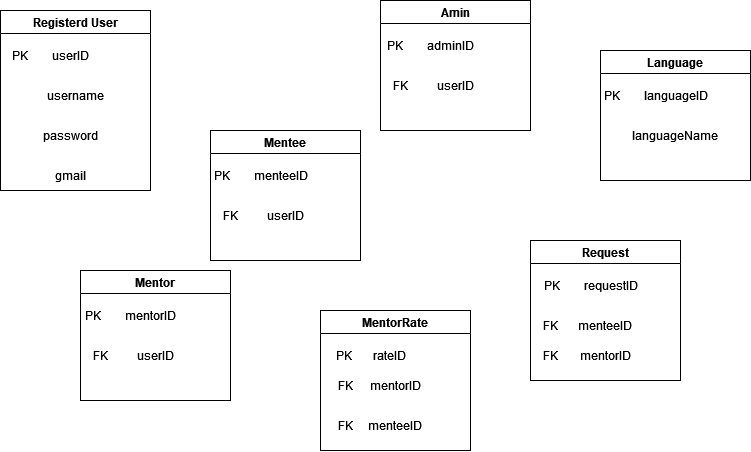
Earlier version of the draw.io export HappyProgramming_DB.drawio.png (dungdt23/SWP391_Document). Source tidied: cells renumbered, new cells last; positions are measured from the earlier drawing's top-left corner, leaving out a move shared by most shapes.
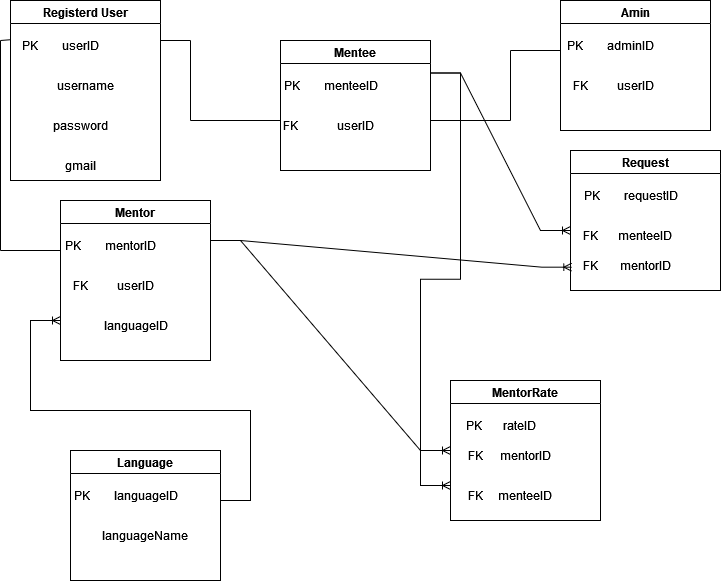
The same file after the commit.

The edit, as a diff of the source:
```diff
@@ -3,7 +3,7 @@
     <mxCell id="0" />
     <mxCell id="1" parent="0" />
     <mxCell id="2" value="Registerd User" style="swimlane;" parent="1" vertex="1">
-      <mxGeometry y="10" width="150" height="180" as="geometry" />
+      <mxGeometry x="20" y="20" width="150" height="180" as="geometry" />
     </mxCell>
     <mxCell id="3" value="PK&amp;nbsp;&amp;nbsp;&amp;nbsp;&amp;nbsp;&amp;nbsp;&amp;nbsp;&amp;nbsp; userID" style="text;html=1;align=center;verticalAlign=middle;points=[];strokeColor=none;fillColor=none;" parent="2" vertex="1">
       <mxGeometry y="30" width="100" height="30" as="geometry" />
@@ -18,7 +18,7 @@
       <mxGeometry x="40" y="150" width="60" height="30" as="geometry" />
     </mxCell>
     <mxCell id="7" value="Amin" style="swimlane;" parent="1" vertex="1">
-      <mxGeometry x="380" width="150" height="130" as="geometry" />
+      <mxGeometry x="570" y="20" width="150" height="130" as="geometry" />
     </mxCell>
     <mxCell id="8" value="PK&amp;nbsp;&amp;nbsp;&amp;nbsp;&amp;nbsp;&amp;nbsp;&amp;nbsp;&amp;nbsp; adminID" style="text;html=1;align=center;verticalAlign=middle;strokeColor=none;fillColor=none;" parent="7" vertex="1">
       <mxGeometry x="-5" y="30" width="110" height="30" as="geometry" />
@@ -30,7 +30,7 @@
       <mxGeometry y="70" width="40" height="30" as="geometry" />
     </mxCell>
     <mxCell id="11" value="Mentee" style="swimlane;" parent="1" vertex="1">
-      <mxGeometry x="210" y="130" width="150" height="130" as="geometry" />
+      <mxGeometry x="290" y="60" width="150" height="130" as="geometry" />
     </mxCell>
     <mxCell id="12" value="PK&amp;nbsp;&amp;nbsp;&amp;nbsp;&amp;nbsp;&amp;nbsp;&amp;nbsp;&amp;nbsp; menteeID" style="text;html=1;align=center;verticalAlign=middle;strokeColor=none;fillColor=none;" parent="11" vertex="1">
       <mxGeometry x="-10" y="30" width="120" height="30" as="geometry" />
@@ -39,10 +39,10 @@
       <mxGeometry x="45" y="70" width="60" height="30" as="geometry" />
     </mxCell>
     <mxCell id="14" value="FK" style="text;html=1;align=center;verticalAlign=middle;strokeColor=none;fillColor=none;" parent="11" vertex="1">
-      <mxGeometry y="70" width="40" height="30" as="geometry" />
+      <mxGeometry x="-10" y="70" width="40" height="30" as="geometry" />
     </mxCell>
     <mxCell id="15" value="Mentor" style="swimlane;" parent="1" vertex="1">
-      <mxGeometry x="80" y="270" width="150" height="130" as="geometry" />
+      <mxGeometry x="70" y="220" width="150" height="160" as="geometry" />
     </mxCell>
     <mxCell id="16" value="PK&amp;nbsp;&amp;nbsp;&amp;nbsp;&amp;nbsp;&amp;nbsp;&amp;nbsp;&amp;nbsp; mentorID" style="text;html=1;align=center;verticalAlign=middle;strokeColor=none;fillColor=none;" parent="15" vertex="1">
       <mxGeometry x="-5" y="30" width="110" height="30" as="geometry" />
@@ -53,8 +53,11 @@
     <mxCell id="18" value="FK" style="text;html=1;align=center;verticalAlign=middle;strokeColor=none;fillColor=none;" parent="15" vertex="1">
       <mxGeometry y="70" width="40" height="30" as="geometry" />
     </mxCell>
+    <mxCell id="34" value="languageID" style="text;html=1;align=center;verticalAlign=middle;strokeColor=none;fillColor=none;" parent="15" vertex="1">
+      <mxGeometry x="30" y="110" width="90" height="30" as="geometry" />
+    </mxCell>
     <mxCell id="19" value="Language" style="swimlane;startSize=23;" parent="1" vertex="1">
-      <mxGeometry x="600" y="50" width="150" height="130" as="geometry" />
+      <mxGeometry x="80" y="470" width="150" height="130" as="geometry" />
     </mxCell>
     <mxCell id="20" value="PK&amp;nbsp;&amp;nbsp;&amp;nbsp;&amp;nbsp;&amp;nbsp;&amp;nbsp;&amp;nbsp; languageID" style="text;html=1;align=center;verticalAlign=middle;strokeColor=none;fillColor=none;" parent="19" vertex="1">
       <mxGeometry x="-10" y="30" width="130" height="30" as="geometry" />
@@ -63,7 +66,7 @@
       <mxGeometry x="45" y="70" width="60" height="30" as="geometry" />
     </mxCell>
     <mxCell id="22" value="Request" style="swimlane;" parent="1" vertex="1">
-      <mxGeometry x="530" y="240" width="150" height="140" as="geometry" />
+      <mxGeometry x="580" y="170" width="150" height="140" as="geometry" />
     </mxCell>
     <mxCell id="23" value="PK&amp;nbsp;&amp;nbsp;&amp;nbsp;&amp;nbsp;&amp;nbsp;&amp;nbsp;&amp;nbsp; requestID" style="text;html=1;align=center;verticalAlign=middle;strokeColor=none;fillColor=none;" parent="22" vertex="1">
       <mxGeometry y="30" width="120" height="30" as="geometry" />
@@ -81,7 +84,7 @@
       <mxGeometry y="100" width="40" height="30" as="geometry" />
     </mxCell>
     <mxCell id="28" value="MentorRate" style="swimlane;" parent="1" vertex="1">
-      <mxGeometry x="320" y="310" width="150" height="140" as="geometry" />
+      <mxGeometry x="460" y="400" width="150" height="140" as="geometry" />
     </mxCell>
     <mxCell id="29" value="PK&amp;nbsp;&amp;nbsp;&amp;nbsp;&amp;nbsp;&amp;nbsp;&amp;nbsp; rateID" style="text;html=1;align=center;verticalAlign=middle;strokeColor=none;fillColor=none;" parent="28" vertex="1">
       <mxGeometry x="5" y="30" width="90" height="30" as="geometry" />
@@ -98,5 +101,80 @@
     <mxCell id="33" value="FK" style="text;html=1;align=center;verticalAlign=middle;strokeColor=none;fillColor=none;" parent="28" vertex="1">
       <mxGeometry x="5" y="100" width="40" height="30" as="geometry" />
     </mxCell>
+    <mxCell id="35" style="endArrow=none;html=1;rounded=0;" parent="1" edge="1">
+      <mxGeometry relative="1" as="geometry">
+        <mxPoint x="200" y="140" as="sourcePoint" />
+        <mxPoint x="290" y="140" as="targetPoint" />
+      </mxGeometry>
+    </mxCell>
+    <mxCell id="36" style="endArrow=none;html=1;rounded=0;" parent="1" edge="1">
+      <mxGeometry relative="1" as="geometry">
+        <mxPoint x="200" y="140" as="sourcePoint" />
+        <mxPoint x="200" y="60" as="targetPoint" />
+      </mxGeometry>
+    </mxCell>
+    <mxCell id="37" style="endArrow=none;html=1;rounded=0;" parent="1" edge="1">
+      <mxGeometry relative="1" as="geometry">
+        <mxPoint x="170" y="60" as="sourcePoint" />
+        <mxPoint x="200" y="60" as="targetPoint" />
+      </mxGeometry>
+    </mxCell>
+    <mxCell id="38" style="endArrow=none;html=1;rounded=0;" parent="1" edge="1">
+      <mxGeometry relative="1" as="geometry">
+        <mxPoint x="440" y="140" as="sourcePoint" />
+        <mxPoint x="520" y="140" as="targetPoint" />
+      </mxGeometry>
+    </mxCell>
+    <mxCell id="39" style="endArrow=none;html=1;rounded=0;" parent="1" edge="1">
+      <mxGeometry relative="1" as="geometry">
+        <mxPoint x="520" y="70" as="sourcePoint" />
+        <mxPoint x="520" y="140" as="targetPoint" />
+      </mxGeometry>
+    </mxCell>
+    <mxCell id="40" style="endArrow=none;html=1;rounded=0;" parent="1" edge="1">
+      <mxGeometry relative="1" as="geometry">
+        <mxPoint x="520" y="70" as="sourcePoint" />
+        <mxPoint x="570" y="70" as="targetPoint" />
+      </mxGeometry>
+    </mxCell>
+    <mxCell id="41" style="endArrow=none;html=1;rounded=0;" parent="1" edge="1">
+      <mxGeometry relative="1" as="geometry">
+        <mxPoint x="10" y="270" as="sourcePoint" />
+        <mxPoint x="70" y="270" as="targetPoint" />
+      </mxGeometry>
+    </mxCell>
+    <mxCell id="42" style="endArrow=none;html=1;rounded=0;" parent="1" edge="1">
+      <mxGeometry relative="1" as="geometry">
+        <mxPoint x="10" y="270" as="sourcePoint" />
+        <mxPoint x="10" y="60" as="targetPoint" />
+      </mxGeometry>
+    </mxCell>
+    <mxCell id="43" style="endArrow=none;html=1;rounded=0;entryX=0.005;entryY=0.306;entryDx=0;entryDy=0;entryPerimeter=0;" parent="1" edge="1" target="3">
+      <mxGeometry relative="1" as="geometry">
+        <mxPoint x="10" y="60" as="sourcePoint" />
+      </mxGeometry>
+    </mxCell>
+    <mxCell id="44" style="edgeStyle=entityRelationEdgeStyle;fontSize=12;html=1;endArrow=ERoneToMany;rounded=0;" parent="1" edge="1">
+      <mxGeometry relative="1" as="geometry">
+        <mxPoint x="230" y="520" as="sourcePoint" />
+        <mxPoint x="70" y="340" as="targetPoint" />
+      </mxGeometry>
+    </mxCell>
+    <mxCell id="45" style="edgeStyle=entityRelationEdgeStyle;fontSize=12;html=1;endArrow=ERoneToMany;rounded=0;exitX=1;exitY=0.25;exitDx=0;exitDy=0;" parent="1" edge="1" source="11">
+      <mxGeometry relative="1" as="geometry">
+        <mxPoint x="580" y="250" as="targetPoint" />
+      </mxGeometry>
+    </mxCell>
+    <mxCell id="46" style="edgeStyle=entityRelationEdgeStyle;fontSize=12;html=1;endArrow=ERoneToMany;rounded=0;exitX=1;exitY=0.25;exitDx=0;exitDy=0;entryX=0.033;entryY=0.556;entryDx=0;entryDy=0;entryPerimeter=0;" parent="1" edge="1" source="15" target="27">
+      <mxGeometry relative="1" as="geometry" />
+    </mxCell>
+    <mxCell id="47" style="edgeStyle=entityRelationEdgeStyle;fontSize=12;html=1;endArrow=ERoneToMany;rounded=0;entryX=0;entryY=0.5;entryDx=0;entryDy=0;" parent="1" edge="1" target="28">
+      <mxGeometry relative="1" as="geometry">
+        <mxPoint x="220" y="260" as="sourcePoint" />
+      </mxGeometry>
+    </mxCell>
+    <mxCell id="48" style="edgeStyle=entityRelationEdgeStyle;fontSize=12;html=1;endArrow=ERoneToMany;rounded=0;exitX=1;exitY=0.25;exitDx=0;exitDy=0;entryX=0;entryY=0.75;entryDx=0;entryDy=0;" parent="1" edge="1" source="11" target="28">
+      <mxGeometry relative="1" as="geometry" />
+    </mxCell>
   </root>
 </mxGraphModel>
```
